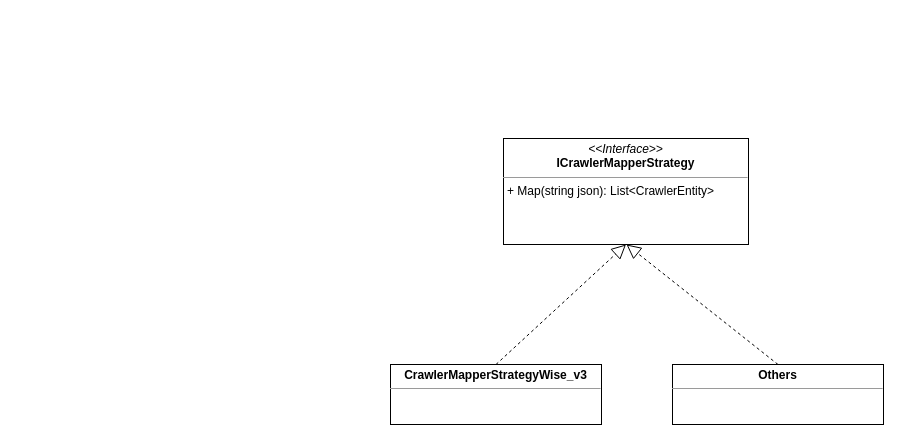
Before: Crawler Mapper.drawio in notariopablomarcelo/intermex, a draw.io diagram. Source tidied: cells renumbered, new cells numbered last; positions are measured from the earlier drawing's top-left corner, leaving out a move shared by most shapes. Both pictures are drawn from the tidied source at 100%, with x=0, y=0 at pixel (390, 138).
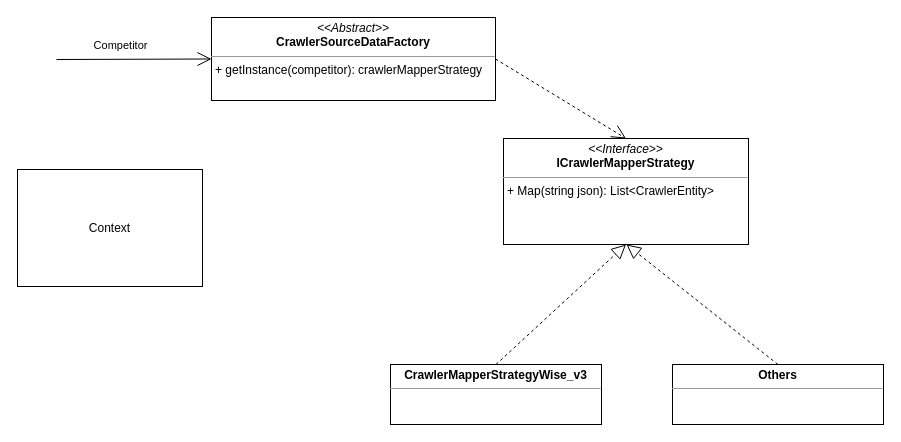
The same page after the edit.

Diff of the diagram source:
```diff
@@
 <mxGraphModel>
   <root>
     <mxCell id="0" />
     <mxCell id="1" parent="0" />
     <mxCell id="2" value="&lt;p style=&quot;margin:0px;margin-top:4px;text-align:center;&quot;&gt;&lt;i&gt;&amp;lt;&amp;lt;Interface&amp;gt;&amp;gt;&lt;/i&gt;&lt;br&gt;&lt;b&gt;ICrawlerMapperStrategy&lt;/b&gt;&lt;/p&gt;&lt;hr size=&quot;1&quot;&gt;&lt;p style=&quot;margin:0px;margin-left:4px;&quot;&gt;+ Map(string json): List&amp;lt;CrawlerEntity&amp;gt;&lt;br&gt;&lt;/p&gt;" style="verticalAlign=top;align=left;overflow=fill;fontSize=12;fontFamily=Helvetica;html=1;whiteSpace=wrap;" parent="1" vertex="1">
       <mxGeometry x="113" width="245" height="106" as="geometry" />
     </mxCell>
     <mxCell id="3" value="&lt;p style=&quot;margin:0px;margin-top:4px;text-align:center;&quot;&gt;&lt;b style=&quot;border-color: var(--border-color);&quot;&gt;CrawlerMapperStrategyWise_v3&lt;/b&gt;&lt;br&gt;&lt;/p&gt;&lt;hr size=&quot;1&quot;&gt;&lt;div style=&quot;height:2px;&quot;&gt;&lt;/div&gt;" style="verticalAlign=top;align=left;overflow=fill;fontSize=12;fontFamily=Helvetica;html=1;whiteSpace=wrap;" parent="1" vertex="1">
       <mxGeometry y="226" width="211" height="60" as="geometry" />
     </mxCell>
     <mxCell id="4" style="endArrow=block;dashed=1;endFill=0;endSize=12;html=1;rounded=0;exitX=0.5;exitY=0;exitDx=0;exitDy=0;entryX=0.5;entryY=1;entryDx=0;entryDy=0;" parent="1" edge="1" source="3" target="2">
       <mxGeometry relative="1" as="geometry" />
     </mxCell>
     <mxCell id="5" value="&lt;p style=&quot;margin:0px;margin-top:4px;text-align:center;&quot;&gt;&lt;b style=&quot;border-color: var(--border-color);&quot;&gt;Others&lt;/b&gt;&lt;br&gt;&lt;/p&gt;&lt;hr size=&quot;1&quot;&gt;&lt;div style=&quot;height:2px;&quot;&gt;&lt;/div&gt;" style="verticalAlign=top;align=left;overflow=fill;fontSize=12;fontFamily=Helvetica;html=1;whiteSpace=wrap;" parent="1" vertex="1">
       <mxGeometry x="282" y="226" width="211" height="60" as="geometry" />
     </mxCell>
     <mxCell id="6" style="endArrow=block;dashed=1;endFill=0;endSize=12;html=1;rounded=0;exitX=0.5;exitY=0;exitDx=0;exitDy=0;" parent="1" edge="1" source="5">
       <mxGeometry relative="1" as="geometry">
         <mxPoint x="236" y="106" as="targetPoint" />
       </mxGeometry>
     </mxCell>
+    <mxCell id="7" value="&lt;p style=&quot;margin:0px;margin-top:4px;text-align:center;&quot;&gt;&lt;i&gt;&amp;lt;&amp;lt;Abstract&amp;gt;&amp;gt;&lt;/i&gt;&lt;br&gt;&lt;b&gt;CrawlerSourceDataFactory&lt;/b&gt;&lt;/p&gt;&lt;hr size=&quot;1&quot;&gt;&lt;p style=&quot;margin:0px;margin-left:4px;&quot;&gt;+ getInstance(competitor):&amp;nbsp;crawlerMapperStrategy&lt;/p&gt;" style="verticalAlign=top;align=left;overflow=fill;fontSize=12;fontFamily=Helvetica;html=1;whiteSpace=wrap;" parent="1" vertex="1">
+      <mxGeometry x="-179" y="-121" width="284" height="83" as="geometry" />
+    </mxCell>
+    <mxCell id="8" style="endArrow=open;endFill=1;endSize=12;html=1;rounded=0;entryX=0;entryY=0.5;entryDx=0;entryDy=0;" parent="1" edge="1" target="7">
+      <mxGeometry relative="1" as="geometry">
+        <mxPoint x="-334" y="-79" as="sourcePoint" />
+      </mxGeometry>
+    </mxCell>
+    <mxCell id="9" value="Competitor" style="edgeLabel;html=1;align=center;verticalAlign=middle;" parent="8" vertex="1">
+      <mxGeometry x="-0.64" y="3" relative="1" as="geometry">
+        <mxPoint x="36" y="-11" as="offset" />
+      </mxGeometry>
+    </mxCell>
+    <mxCell id="10" style="endArrow=open;endSize=12;dashed=1;html=1;rounded=0;exitX=1;exitY=0.5;exitDx=0;exitDy=0;entryX=0.5;entryY=0;entryDx=0;entryDy=0;" parent="1" edge="1" source="7" target="2">
+      <mxGeometry x="0.06" y="37" relative="1" as="geometry" />
+    </mxCell>
+    <mxCell id="11" value="Context" style="html=1;whiteSpace=wrap;" parent="1" vertex="1">
+      <mxGeometry x="-373" y="31" width="185" height="117" as="geometry" />
+    </mxCell>
   </root>
 </mxGraphModel>
```
